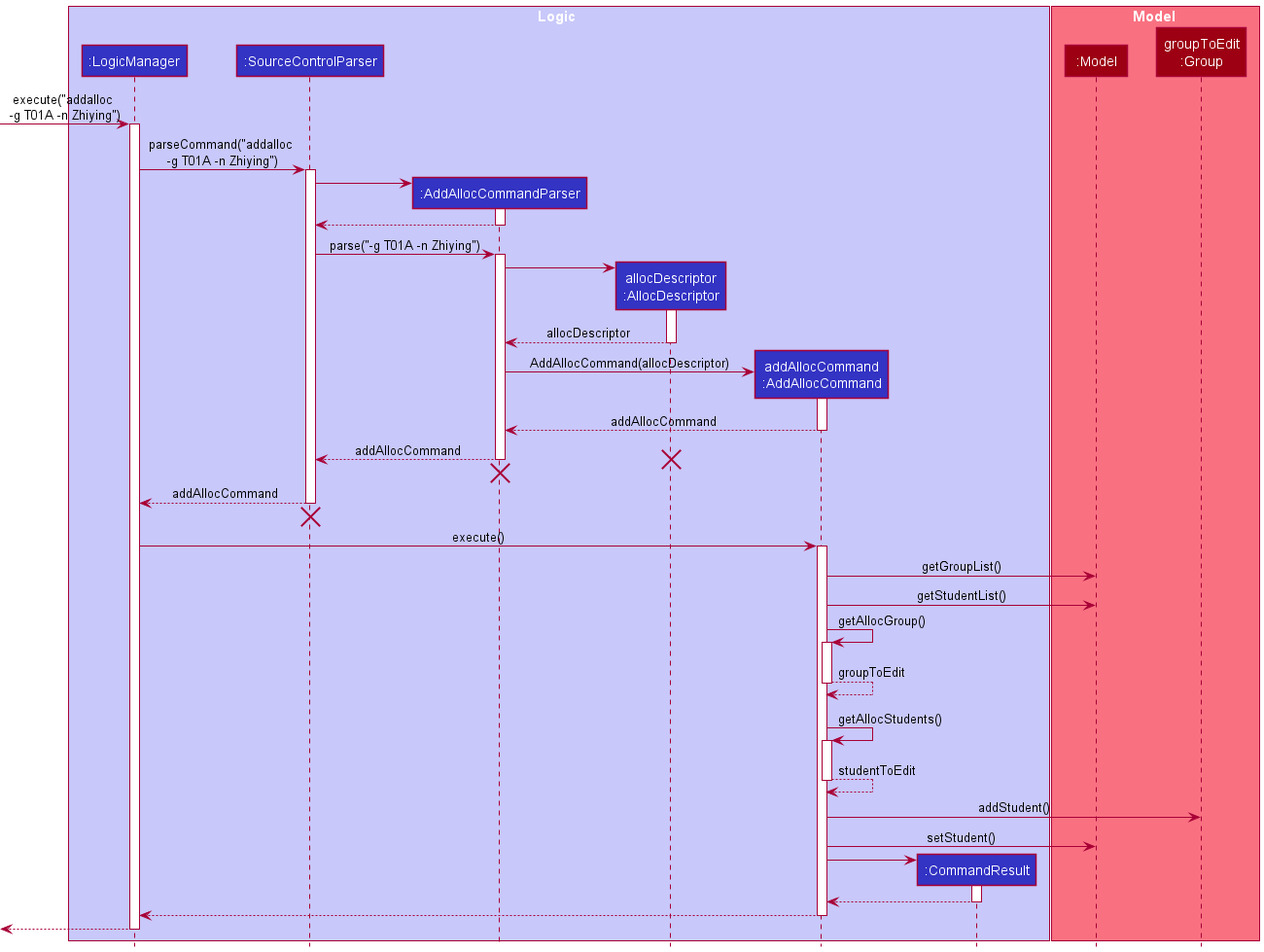
Earlier version of the PlantUML export docs/images/AddAllocSequenceDiagram.png (nus-cs2103-AY2122S1/tp).
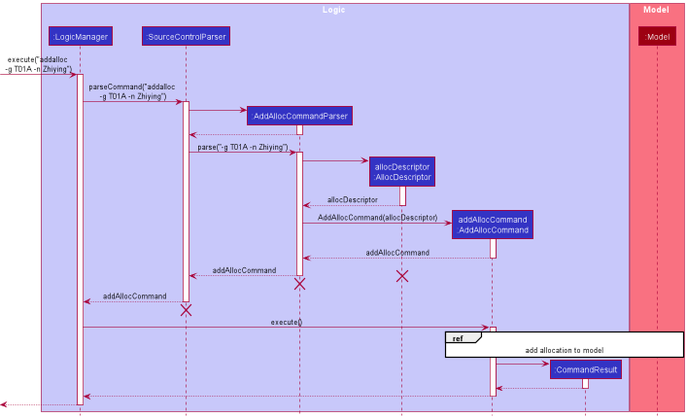
After the change.

Commit message:
Make sequence diagrams bigger

Change to the diagram source:
```diff
@@ -12,7 +12,6 @@
 
 box Model MODEL_COLOR_T1
 participant ":Model" as Model MODEL_COLOR
-participant "groupToEdit\n:Group" MODEL_COLOR
 end box
 
 [-> LogicManager : execute("addalloc \n-g T01A -n Zhiying")
@@ -62,25 +61,7 @@
 LogicManager -> AddAllocCommand : execute()
 activate AddAllocCommand
 
-AddAllocCommand -> Model : getGroupList()
-AddAllocCommand -> Model : getStudentList()
-
-AddAllocCommand -> AddAllocCommand : getAllocGroup()
-activate AddAllocCommand
-
-AddAllocCommand --> AddAllocCommand : groupToEdit
-deactivate AddAllocCommand
-
-Model -[hidden]->
-
-AddAllocCommand -> AddAllocCommand : getAllocStudents()
-activate AddAllocCommand
-
-AddAllocCommand --> AddAllocCommand : studentToEdit
-deactivate AddAllocCommand
-
-AddAllocCommand -> "groupToEdit\n:Group" : addStudent()
-AddAllocCommand -> Model : setStudent()
+ref over AddAllocCommand, Model: add allocation to model
 
 create CommandResult
 AddAllocCommand -> CommandResult
```
